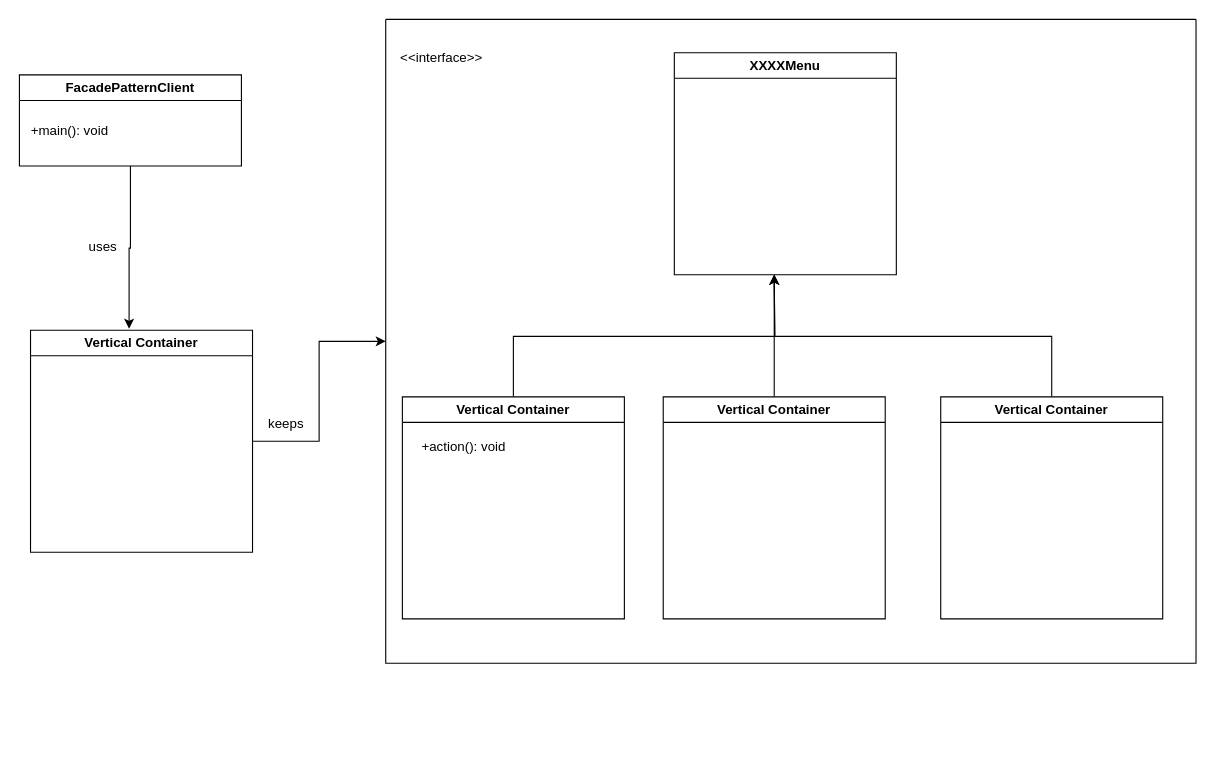
Before: facade_diagram.drawio in mariareee/Design_Patterns_PROJECT, a draw.io diagram. Source tidied: cells renumbered, new cells numbered last; positions are measured from the earlier drawing's top-left corner, leaving out a move shared by most shapes. Both pictures are drawn from the tidied source at 111%, with x=0, y=0 at pixel (19, 19).
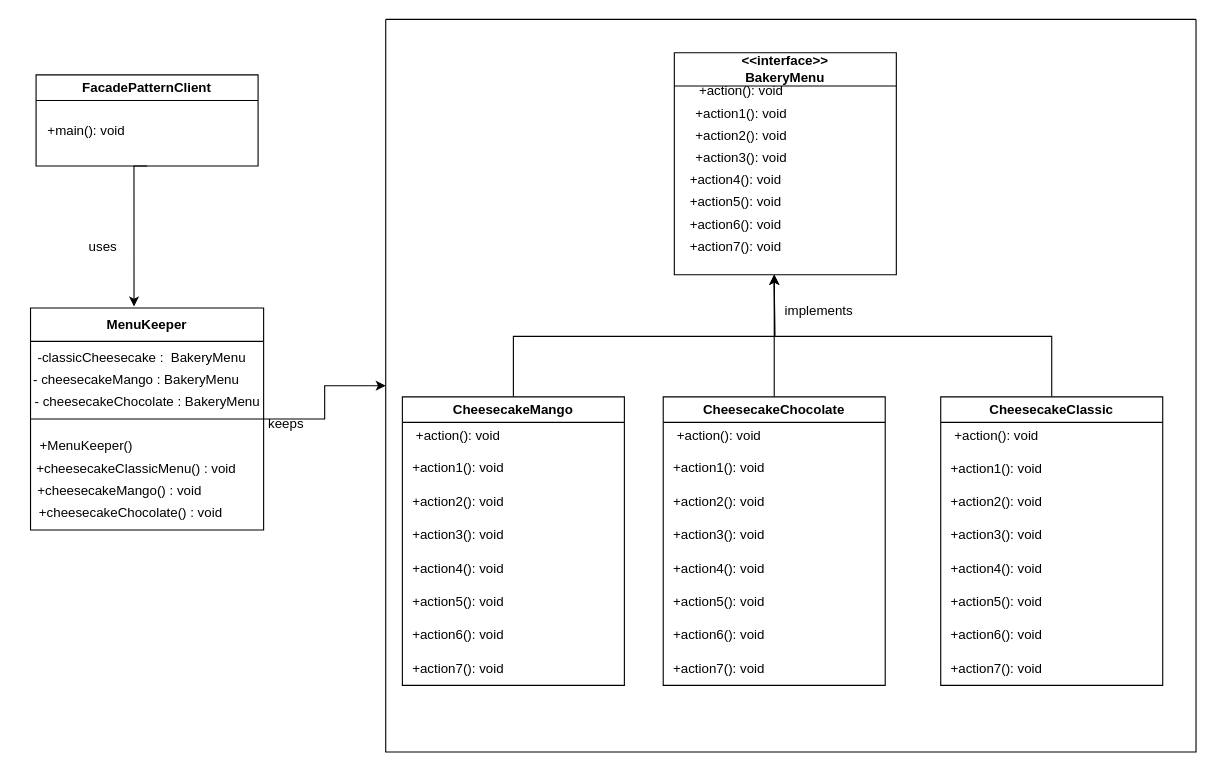
After the change.

What changed in the source:
```diff
@@
     <mxCell id="2" style="edgeStyle=orthogonalEdgeStyle;rounded=0;jettySize=auto;html=1;exitX=0.5;exitY=1;exitDx=0;exitDy=0;entryX=0.444;entryY=-0.007;entryDx=0;entryDy=0;entryPerimeter=0;" parent="1" edge="1" source="3" target="6">
-      <mxGeometry relative="1" as="geometry" />
+      <mxGeometry relative="1" as="geometry">
+        <Array as="points">
+          <mxPoint x="103" y="132" />
+        </Array>
+      </mxGeometry>
     </mxCell>
     <mxCell id="3" value="FacadePatternClient" style="swimlane;whiteSpace=wrap;html=1;" parent="1" vertex="1">
-      <mxGeometry y="50" width="200" height="82" as="geometry" />
+      <mxGeometry x="15" y="50" width="200" height="82" as="geometry" />
     </mxCell>
@@
-    <mxCell id="6" value="Vertical Container" style="swimlane;whiteSpace=wrap;html=1;" parent="1" vertex="1">
-      <mxGeometry x="10" y="280" width="200" height="200" as="geometry" />
+    <mxCell id="6" value="MenuKeeper" style="swimlane;whiteSpace=wrap;html=1;startSize=30;" parent="1" vertex="1">
+      <mxGeometry x="10" y="260" width="210" height="200" as="geometry" />
     </mxCell>
+    <mxCell id="19" value="-classicCheesecake :&amp;nbsp; BakeryMenu" style="text;html=1;align=center;verticalAlign=middle;strokeColor=none;fillColor=none;" parent="6" vertex="1">
+      <mxGeometry x="-5" y="30" width="210" height="30" as="geometry" />
+    </mxCell>
+    <mxCell id="20" value="- cheesecakeMango : BakeryMenu" style="text;html=1;align=center;verticalAlign=middle;strokeColor=none;fillColor=none;" parent="6" vertex="1">
+      <mxGeometry x="-10" y="50" width="210" height="30" as="geometry" />
+    </mxCell>
+    <mxCell id="21" value="- cheesecakeChocolate : BakeryMenu" style="text;html=1;align=center;verticalAlign=middle;strokeColor=none;fillColor=none;" parent="6" vertex="1">
+      <mxGeometry x="-10" y="70" width="230" height="30" as="geometry" />
+    </mxCell>
+    <mxCell id="22" value="+MenuKeeper()" style="text;html=1;align=center;verticalAlign=middle;strokeColor=none;fillColor=none;" parent="6" vertex="1">
+      <mxGeometry x="-5" y="109" width="110" height="30" as="geometry" />
+    </mxCell>
+    <mxCell id="23" value="+cheesecakeClassicMenu() : void" style="text;html=1;align=center;verticalAlign=middle;strokeColor=none;fillColor=none;" parent="6" vertex="1">
+      <mxGeometry x="-5" y="130" width="200" height="30" as="geometry" />
+    </mxCell>
+    <mxCell id="24" value="+cheesecakeMango() : void" style="text;html=1;align=center;verticalAlign=middle;strokeColor=none;fillColor=none;" parent="6" vertex="1">
+      <mxGeometry x="-5" y="150" width="170" height="30" as="geometry" />
+    </mxCell>
+    <mxCell id="25" value="+cheesecakeChocolate() : void" style="text;html=1;align=center;verticalAlign=middle;strokeColor=none;fillColor=none;" parent="6" vertex="1">
+      <mxGeometry x="-5" y="170" width="190" height="30" as="geometry" />
+    </mxCell>
-    <mxCell id="7" value="XXXXMenu" style="swimlane;whiteSpace=wrap;html=1;" parent="1" vertex="1">
+    <mxCell id="7" value="&amp;lt;&amp;lt;interface&amp;gt;&amp;gt;&lt;br&gt;BakeryMenu" style="swimlane;whiteSpace=wrap;html=1;startSize=30;" parent="1" vertex="1">
       <mxGeometry x="590" y="30" width="200" height="200" as="geometry" />
     </mxCell>
@@
-    <mxCell id="9" value="Vertical Container" style="swimlane;whiteSpace=wrap;html=1;" parent="1" vertex="1">
-      <mxGeometry x="830" y="340" width="200" height="200" as="geometry" />
+    <mxCell id="9" value="CheesecakeClassic" style="swimlane;whiteSpace=wrap;html=1;" parent="1" vertex="1">
+      <mxGeometry x="830" y="340" width="200" height="260" as="geometry" />
     </mxCell>
@@
-    <mxCell id="11" value="Vertical Container" style="swimlane;whiteSpace=wrap;html=1;" parent="1" vertex="1">
-      <mxGeometry x="580" y="340" width="200" height="200" as="geometry" />
+    <mxCell id="11" value="CheesecakeChocolate" style="swimlane;whiteSpace=wrap;html=1;startSize=23;" parent="1" vertex="1">
+      <mxGeometry x="580" y="340" width="200" height="260" as="geometry" />
     </mxCell>
@@
-    <mxCell id="13" value="Vertical Container" style="swimlane;whiteSpace=wrap;html=1;" parent="1" vertex="1">
-      <mxGeometry x="345" y="340" width="200" height="200" as="geometry" />
+    <mxCell id="13" value="CheesecakeMango" style="swimlane;whiteSpace=wrap;html=1;" parent="1" vertex="1">
+      <mxGeometry x="345" y="340" width="200" height="260" as="geometry" />
     </mxCell>
-    <mxCell id="14" value="+action(): void" style="text;html=1;align=center;verticalAlign=middle;strokeColor=none;fillColor=none;" parent="13" vertex="1">
-      <mxGeometry x="5" y="30" width="100" height="30" as="geometry" />
-    </mxCell>
     <mxCell id="15" style="swimlane;startSize=0;" parent="1" vertex="1">
-      <mxGeometry x="330" width="730" height="580" as="geometry" />
+      <mxGeometry x="330" width="730" height="660" as="geometry" />
     </mxCell>
-    <mxCell id="16" value="&amp;lt;&amp;lt;interface&amp;gt;&amp;gt;" style="text;html=1;align=center;verticalAlign=middle;strokeColor=none;fillColor=none;" parent="15" vertex="1">
-      <mxGeometry y="20" width="100" height="30" as="geometry" />
-    </mxCell>
+    <mxCell id="26" value="+action5(): void" style="text;html=1;align=center;verticalAlign=middle;strokeColor=none;fillColor=none;" parent="15" vertex="1">
+      <mxGeometry x="10" y="510" width="110" height="30" as="geometry" />
+    </mxCell>
+    <mxCell id="27" value="+action4(): void" style="text;html=1;align=center;verticalAlign=middle;strokeColor=none;fillColor=none;" parent="15" vertex="1">
+      <mxGeometry x="10" y="480" width="110" height="30" as="geometry" />
+    </mxCell>
+    <mxCell id="28" value="+action3(): void" style="text;html=1;align=center;verticalAlign=middle;strokeColor=none;fillColor=none;" parent="15" vertex="1">
+      <mxGeometry x="10" y="450" width="110" height="30" as="geometry" />
+    </mxCell>
+    <mxCell id="29" value="+action2(): void" style="text;html=1;align=center;verticalAlign=middle;strokeColor=none;fillColor=none;" parent="15" vertex="1">
+      <mxGeometry x="10" y="420" width="110" height="30" as="geometry" />
+    </mxCell>
+    <mxCell id="30" value="+action(): void" style="text;html=1;align=center;verticalAlign=middle;strokeColor=none;fillColor=none;" parent="15" vertex="1">
+      <mxGeometry x="250" y="360" width="100" height="30" as="geometry" />
+    </mxCell>
+    <mxCell id="31" value="+action(): void" style="text;html=1;align=center;verticalAlign=middle;strokeColor=none;fillColor=none;" parent="15" vertex="1">
+      <mxGeometry x="15" y="360" width="100" height="30" as="geometry" />
+    </mxCell>
+    <mxCell id="32" value="+action1(): void" style="text;html=1;align=center;verticalAlign=middle;strokeColor=none;fillColor=none;" parent="15" vertex="1">
+      <mxGeometry x="10" y="389" width="110" height="30" as="geometry" />
+    </mxCell>
+    <mxCell id="33" value="+action6(): void" style="text;html=1;align=center;verticalAlign=middle;strokeColor=none;fillColor=none;" parent="15" vertex="1">
+      <mxGeometry x="10" y="540" width="110" height="30" as="geometry" />
+    </mxCell>
+    <mxCell id="34" value="+action6(): void" style="text;html=1;align=center;verticalAlign=middle;strokeColor=none;fillColor=none;" parent="15" vertex="1">
+      <mxGeometry x="245" y="540" width="110" height="30" as="geometry" />
+    </mxCell>
+    <mxCell id="35" value="+action5(): void" style="text;html=1;align=center;verticalAlign=middle;strokeColor=none;fillColor=none;" parent="15" vertex="1">
+      <mxGeometry x="245" y="510" width="110" height="30" as="geometry" />
+    </mxCell>
+    <mxCell id="36" value="+action4(): void" style="text;html=1;align=center;verticalAlign=middle;strokeColor=none;fillColor=none;" parent="15" vertex="1">
+      <mxGeometry x="245" y="480" width="110" height="30" as="geometry" />
+    </mxCell>
+    <mxCell id="37" value="+action2(): void" style="text;html=1;align=center;verticalAlign=middle;strokeColor=none;fillColor=none;" parent="15" vertex="1">
+      <mxGeometry x="245" y="420" width="110" height="30" as="geometry" />
+    </mxCell>
+    <mxCell id="38" value="+action3(): void" style="text;html=1;align=center;verticalAlign=middle;strokeColor=none;fillColor=none;" parent="15" vertex="1">
+      <mxGeometry x="245" y="450" width="110" height="30" as="geometry" />
+    </mxCell>
+    <mxCell id="39" value="+action1(): void" style="text;html=1;align=center;verticalAlign=middle;strokeColor=none;fillColor=none;" parent="15" vertex="1">
+      <mxGeometry x="245" y="389" width="110" height="30" as="geometry" />
+    </mxCell>
+    <mxCell id="40" value="+action(): void" style="text;html=1;align=center;verticalAlign=middle;strokeColor=none;fillColor=none;" parent="15" vertex="1">
+      <mxGeometry x="500" y="360" width="100" height="30" as="geometry" />
+    </mxCell>
+    <mxCell id="41" value="+action1(): void" style="text;html=1;align=center;verticalAlign=middle;strokeColor=none;fillColor=none;" parent="15" vertex="1">
+      <mxGeometry x="495" y="390" width="110" height="30" as="geometry" />
+    </mxCell>
+    <mxCell id="42" value="+action2(): void" style="text;html=1;align=center;verticalAlign=middle;strokeColor=none;fillColor=none;" parent="15" vertex="1">
+      <mxGeometry x="495" y="420" width="110" height="30" as="geometry" />
+    </mxCell>
+    <mxCell id="43" value="+action3(): void" style="text;html=1;align=center;verticalAlign=middle;strokeColor=none;fillColor=none;" parent="15" vertex="1">
+      <mxGeometry x="495" y="450" width="110" height="30" as="geometry" />
+    </mxCell>
+    <mxCell id="44" value="+action4(): void" style="text;html=1;align=center;verticalAlign=middle;strokeColor=none;fillColor=none;" parent="15" vertex="1">
+      <mxGeometry x="495" y="480" width="110" height="30" as="geometry" />
+    </mxCell>
+    <mxCell id="45" value="+action5(): void" style="text;html=1;align=center;verticalAlign=middle;strokeColor=none;fillColor=none;" parent="15" vertex="1">
+      <mxGeometry x="495" y="510" width="110" height="30" as="geometry" />
+    </mxCell>
+    <mxCell id="46" value="+action6(): void" style="text;html=1;align=center;verticalAlign=middle;strokeColor=none;fillColor=none;" parent="15" vertex="1">
+      <mxGeometry x="495" y="540" width="110" height="30" as="geometry" />
+    </mxCell>
+    <mxCell id="47" value="+action7(): void" style="text;html=1;align=center;verticalAlign=middle;strokeColor=none;fillColor=none;" parent="15" vertex="1">
+      <mxGeometry x="245" y="570" width="110" height="30" as="geometry" />
+    </mxCell>
+    <mxCell id="48" value="+action7(): void" style="text;html=1;align=center;verticalAlign=middle;strokeColor=none;fillColor=none;" parent="15" vertex="1">
+      <mxGeometry x="495" y="570" width="110" height="30" as="geometry" />
+    </mxCell>
+    <mxCell id="49" value="+action7(): void" style="text;html=1;align=center;verticalAlign=middle;strokeColor=none;fillColor=none;" parent="15" vertex="1">
+      <mxGeometry x="10" y="570" width="110" height="30" as="geometry" />
+    </mxCell>
+    <mxCell id="50" value="+action(): void" style="text;html=1;align=center;verticalAlign=middle;strokeColor=none;fillColor=none;" parent="15" vertex="1">
+      <mxGeometry x="270" y="50" width="100" height="30" as="geometry" />
+    </mxCell>
+    <mxCell id="51" value="+action1(): void" style="text;html=1;align=center;verticalAlign=middle;strokeColor=none;fillColor=none;" parent="15" vertex="1">
+      <mxGeometry x="265" y="70" width="110" height="30" as="geometry" />
+    </mxCell>
+    <mxCell id="52" value="+action2(): void" style="text;html=1;align=center;verticalAlign=middle;strokeColor=none;fillColor=none;" parent="15" vertex="1">
+      <mxGeometry x="265" y="90" width="110" height="30" as="geometry" />
+    </mxCell>
+    <mxCell id="53" value="+action3(): void" style="text;html=1;align=center;verticalAlign=middle;strokeColor=none;fillColor=none;" parent="15" vertex="1">
+      <mxGeometry x="265" y="110" width="110" height="30" as="geometry" />
+    </mxCell>
+    <mxCell id="54" value="+action4(): void" style="text;html=1;align=center;verticalAlign=middle;strokeColor=none;fillColor=none;" parent="15" vertex="1">
+      <mxGeometry x="260" y="130" width="110" height="30" as="geometry" />
+    </mxCell>
+    <mxCell id="55" value="+action5(): void" style="text;html=1;align=center;verticalAlign=middle;strokeColor=none;fillColor=none;" parent="15" vertex="1">
+      <mxGeometry x="260" y="150" width="110" height="30" as="geometry" />
+    </mxCell>
+    <mxCell id="56" value="+action6(): void" style="text;html=1;align=center;verticalAlign=middle;strokeColor=none;fillColor=none;" parent="15" vertex="1">
+      <mxGeometry x="260" y="170" width="110" height="30" as="geometry" />
+    </mxCell>
+    <mxCell id="57" value="+action7(): void" style="text;html=1;align=center;verticalAlign=middle;strokeColor=none;fillColor=none;" parent="15" vertex="1">
+      <mxGeometry x="260" y="190" width="110" height="30" as="geometry" />
+    </mxCell>
@@
+    <mxCell id="58" style="endArrow=none;html=1;rounded=0;exitX=0;exitY=0.5;exitDx=0;exitDy=0;entryX=1;entryY=0.5;entryDx=0;entryDy=0;" parent="1" edge="1" source="6" target="6">
+      <mxGeometry relative="1" as="geometry" />
+    </mxCell>
+    <mxCell id="59" value="implements" style="text;html=1;align=center;verticalAlign=middle;strokeColor=none;fillColor=none;" parent="1" vertex="1">
+      <mxGeometry x="680" y="248" width="80" height="30" as="geometry" />
+    </mxCell>
```
